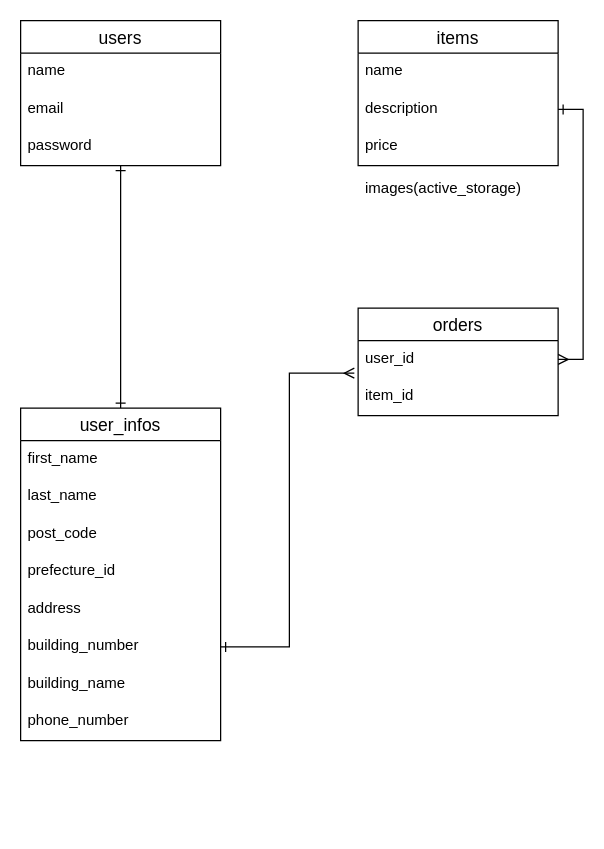
The draw.io diagram db.dio in hikaruuuuuu/okurumi-shop, before the edit. Source tidied: cells renumbered, new cells numbered last; positions are measured from the earlier drawing's top-left corner, leaving out a move shared by most shapes. Both pictures are drawn from the tidied source at 125%, with x=0, y=0 at pixel (20, 20).
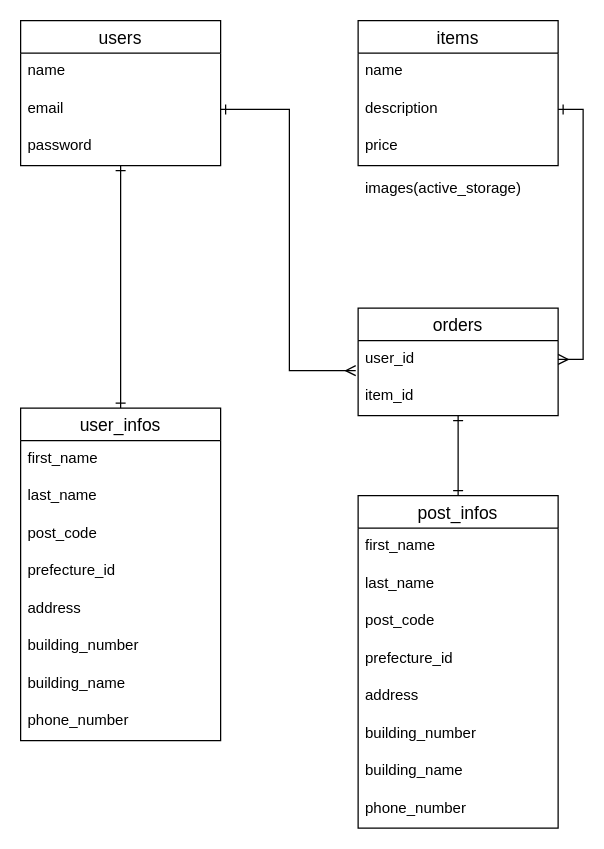
Above is the later version.

Unchanged cells that the change refers to:
```xml
<mxCell id="9" value="building_number" style="text;strokeColor=none;fillColor=none;spacingLeft=4;spacingRight=4;overflow=hidden;points=[[0,0.5],[1,0.5]];portConstraint=eastwest;fontSize=12;" parent="3" vertex="1">
  <mxGeometry y="176" width="160" height="30" as="geometry" />
</mxCell>
<mxCell id="18" value="user_id" style="text;strokeColor=none;fillColor=none;spacingLeft=4;spacingRight=4;overflow=hidden;points=[[0,0.5],[1,0.5]];portConstraint=eastwest;fontSize=12;" parent="17" vertex="1">
  <mxGeometry y="26" width="160" height="30" as="geometry" />
</mxCell>
<mxCell id="19" value="item_id" style="text;strokeColor=none;fillColor=none;spacingLeft=4;spacingRight=4;overflow=hidden;points=[[0,0.5],[1,0.5]];portConstraint=eastwest;fontSize=12;" parent="17" vertex="1">
  <mxGeometry y="56" width="160" height="30" as="geometry" />
</mxCell>
<mxCell id="24" value="email" style="text;strokeColor=none;fillColor=none;spacingLeft=4;spacingRight=4;overflow=hidden;points=[[0,0.5],[1,0.5]];portConstraint=eastwest;fontSize=12;" parent="22" vertex="1">
  <mxGeometry y="56" width="160" height="30" as="geometry" />
</mxCell>
```

What changed in the source:
```diff
@@
-    <mxCell id="21" style="edgeStyle=orthogonalEdgeStyle;rounded=0;jettySize=auto;html=1;exitX=1;exitY=0.5;exitDx=0;exitDy=0;entryX=-0.019;entryY=0.867;entryDx=0;entryDy=0;entryPerimeter=0;startArrow=ERone;startFill=0;endArrow=ERmany;endFill=0;" parent="1" edge="1" source="9" target="18">
-      <mxGeometry relative="1" as="geometry" />
-    </mxCell>
@@
+    <mxCell id="26" style="edgeStyle=orthogonalEdgeStyle;rounded=0;jettySize=auto;html=1;exitX=1;exitY=0.5;exitDx=0;exitDy=0;entryX=-0.012;entryY=0.8;entryDx=0;entryDy=0;entryPerimeter=0;startArrow=ERone;startFill=0;endArrow=ERmany;endFill=0;" parent="1" edge="1" source="24" target="18">
+      <mxGeometry relative="1" as="geometry" />
+    </mxCell>
+    <mxCell id="27" style="edgeStyle=orthogonalEdgeStyle;rounded=0;jettySize=auto;html=1;exitX=0.5;exitY=0;exitDx=0;exitDy=0;entryX=0.5;entryY=1;entryDx=0;entryDy=0;entryPerimeter=0;startArrow=ERone;startFill=0;endArrow=ERone;endFill=0;" parent="1" edge="1" source="28" target="19">
+      <mxGeometry relative="1" as="geometry" />
+    </mxCell>
+    <mxCell id="28" value="post_infos" style="swimlane;fontStyle=0;horizontal=1;startSize=26;align=center;fontSize=14;" parent="1" vertex="1">
+      <mxGeometry x="270" y="380" width="160" height="266" as="geometry" />
+    </mxCell>
+    <mxCell id="29" value="first_name" style="text;strokeColor=none;fillColor=none;spacingLeft=4;spacingRight=4;overflow=hidden;fontSize=12;" parent="28" vertex="1">
+      <mxGeometry y="26" width="160" height="30" as="geometry" />
+    </mxCell>
+    <mxCell id="30" value="last_name" style="text;strokeColor=none;fillColor=none;spacingLeft=4;spacingRight=4;overflow=hidden;fontSize=12;" parent="28" vertex="1">
+      <mxGeometry y="56" width="160" height="30" as="geometry" />
+    </mxCell>
+    <mxCell id="31" value="post_code" style="text;strokeColor=none;fillColor=none;spacingLeft=4;spacingRight=4;overflow=hidden;fontSize=12;" parent="28" vertex="1">
+      <mxGeometry y="86" width="160" height="30" as="geometry" />
+    </mxCell>
+    <mxCell id="32" value="prefecture_id" style="text;strokeColor=none;fillColor=none;spacingLeft=4;spacingRight=4;overflow=hidden;fontSize=12;" parent="28" vertex="1">
+      <mxGeometry y="116" width="160" height="30" as="geometry" />
+    </mxCell>
+    <mxCell id="33" value="address" style="text;strokeColor=none;fillColor=none;spacingLeft=4;spacingRight=4;overflow=hidden;fontSize=12;" parent="28" vertex="1">
+      <mxGeometry y="146" width="160" height="30" as="geometry" />
+    </mxCell>
+    <mxCell id="34" value="building_number" style="text;strokeColor=none;fillColor=none;spacingLeft=4;spacingRight=4;overflow=hidden;fontSize=12;" parent="28" vertex="1">
+      <mxGeometry y="176" width="160" height="30" as="geometry" />
+    </mxCell>
+    <mxCell id="35" value="building_name" style="text;strokeColor=none;fillColor=none;spacingLeft=4;spacingRight=4;overflow=hidden;fontSize=12;" parent="28" vertex="1">
+      <mxGeometry y="206" width="160" height="30" as="geometry" />
+    </mxCell>
+    <mxCell id="36" value="phone_number" style="text;strokeColor=none;fillColor=none;spacingLeft=4;spacingRight=4;overflow=hidden;fontSize=12;" parent="28" vertex="1">
+      <mxGeometry y="236" width="160" height="30" as="geometry" />
+    </mxCell>
```
